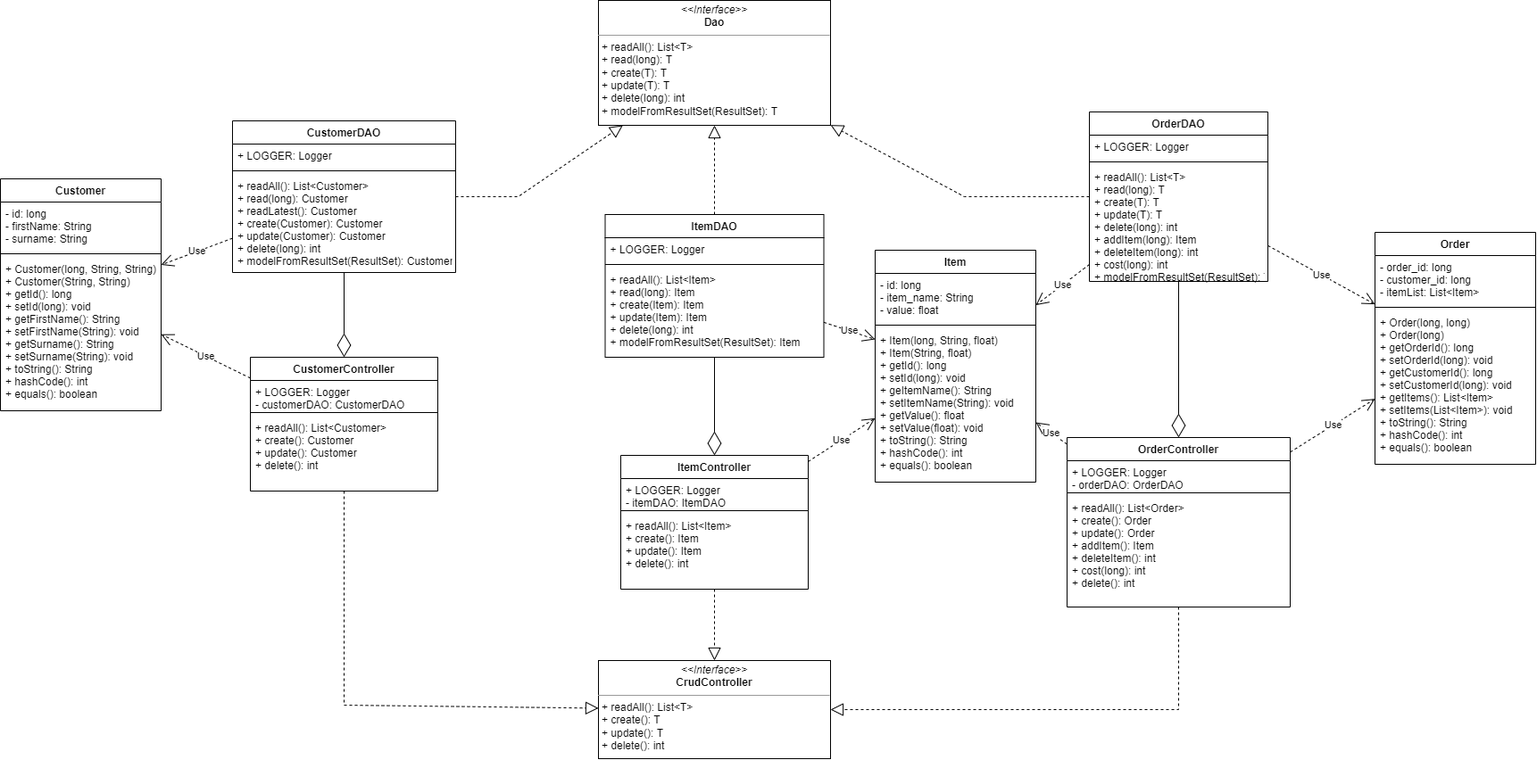
This is documents/IMS Class diagram ver 2.png from Tasdiq-Dewan/Tasdiq-Dewan-IMS-Project, a draw.io export, as it was before one commit. Source tidied: cells renumbered, new cells last; positions are measured from the earlier drawing's top-left corner, leaving out a move shared by most shapes.
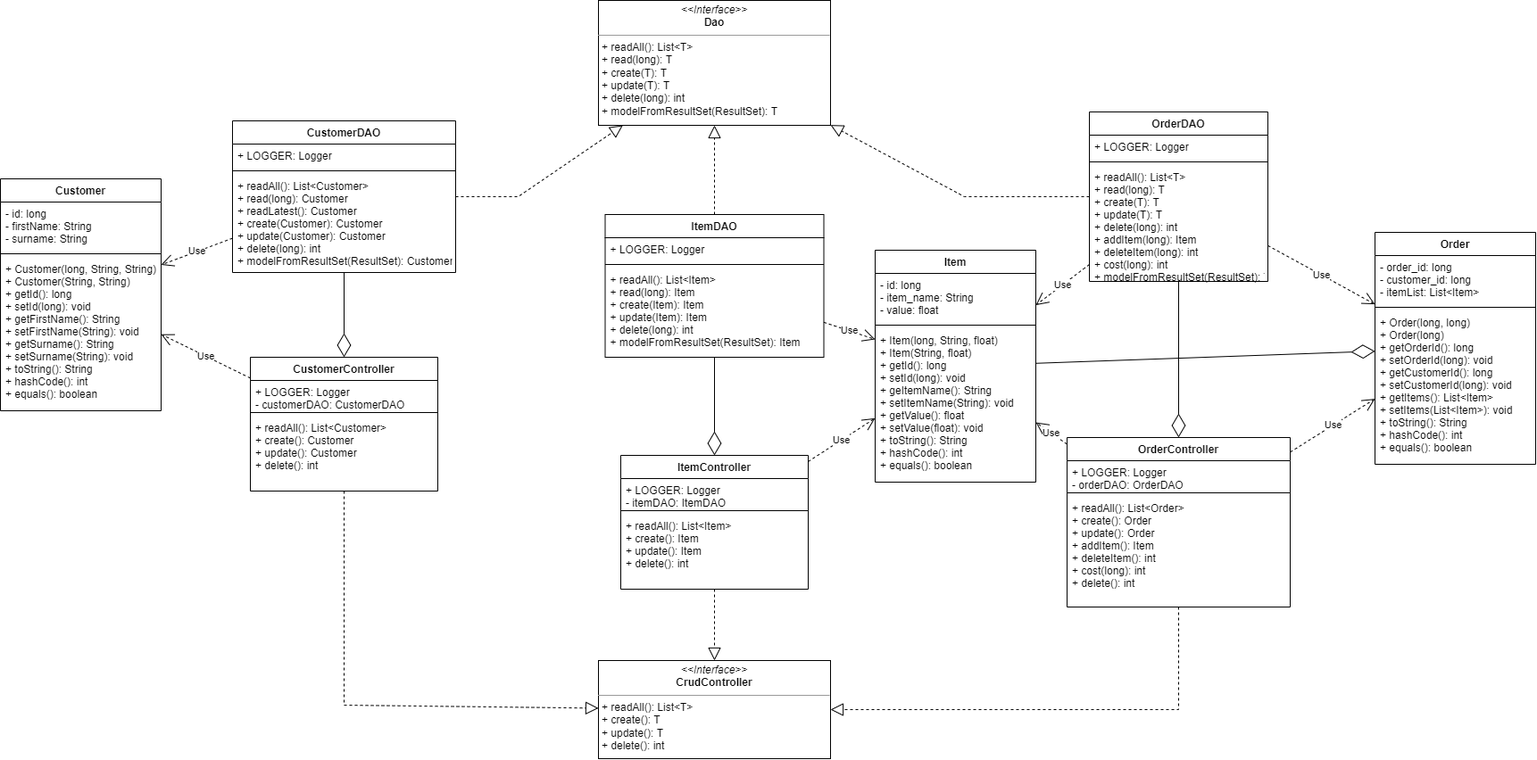
Above is the later version.

Commit message:
updated class diagram to include aggregate link between order and item

Change to the diagram source:
```diff
@@ -183,5 +183,8 @@
     <mxCell id="56" value="Use" style="endArrow=open;endSize=12;dashed=1;html=1;rounded=0;" parent="1" edge="1" source="28" target="51">
       <mxGeometry relative="1" as="geometry" />
     </mxCell>
+    <mxCell id="57" style="endArrow=diamondThin;endFill=0;endSize=24;html=1;rounded=0;" parent="1" edge="1" source="37" target="51">
+      <mxGeometry relative="1" as="geometry" />
+    </mxCell>
   </root>
 </mxGraphModel>
```
